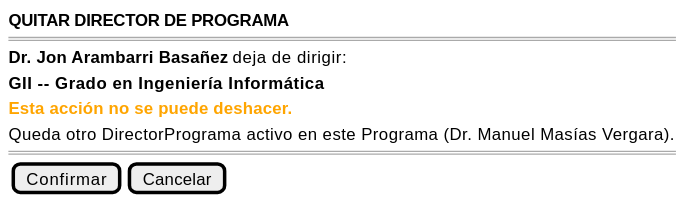
The PlantUML diagram images/RUP/01-requisitos/03-detalle-casos-uso/quitarDirectorPrograma/wireframe-confirmacion.svg in mmasias/pyCeldaPublico, before a commit.
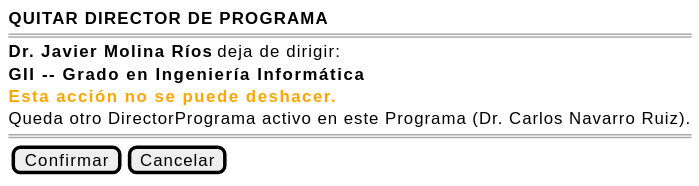
The same diagram one commit later.

Change to the diagram source:
```diff
@@ -2,12 +2,12 @@
 {
     <b>QUITAR DIRECTOR DE PROGRAMA</b>
     ====
-    <b>Dr. Jon Arambarri Basañez</b> deja de dirigir:
+    <b>Dr. Javier Molina Ríos</b> deja de dirigir:
 
     <b>GII -- Grado en Ingeniería Informática</b>
 
     <color:orange><b>Esta acción no se puede deshacer.</b></color>
-    Queda otro DirectorPrograma activo en este Programa (Dr. Manuel Masías Vergara).
+    Queda otro DirectorPrograma activo en este Programa (Dr. Carlos Navarro Ruiz).
     ====
     {[Confirmar] | [Cancelar]}
 }
```
